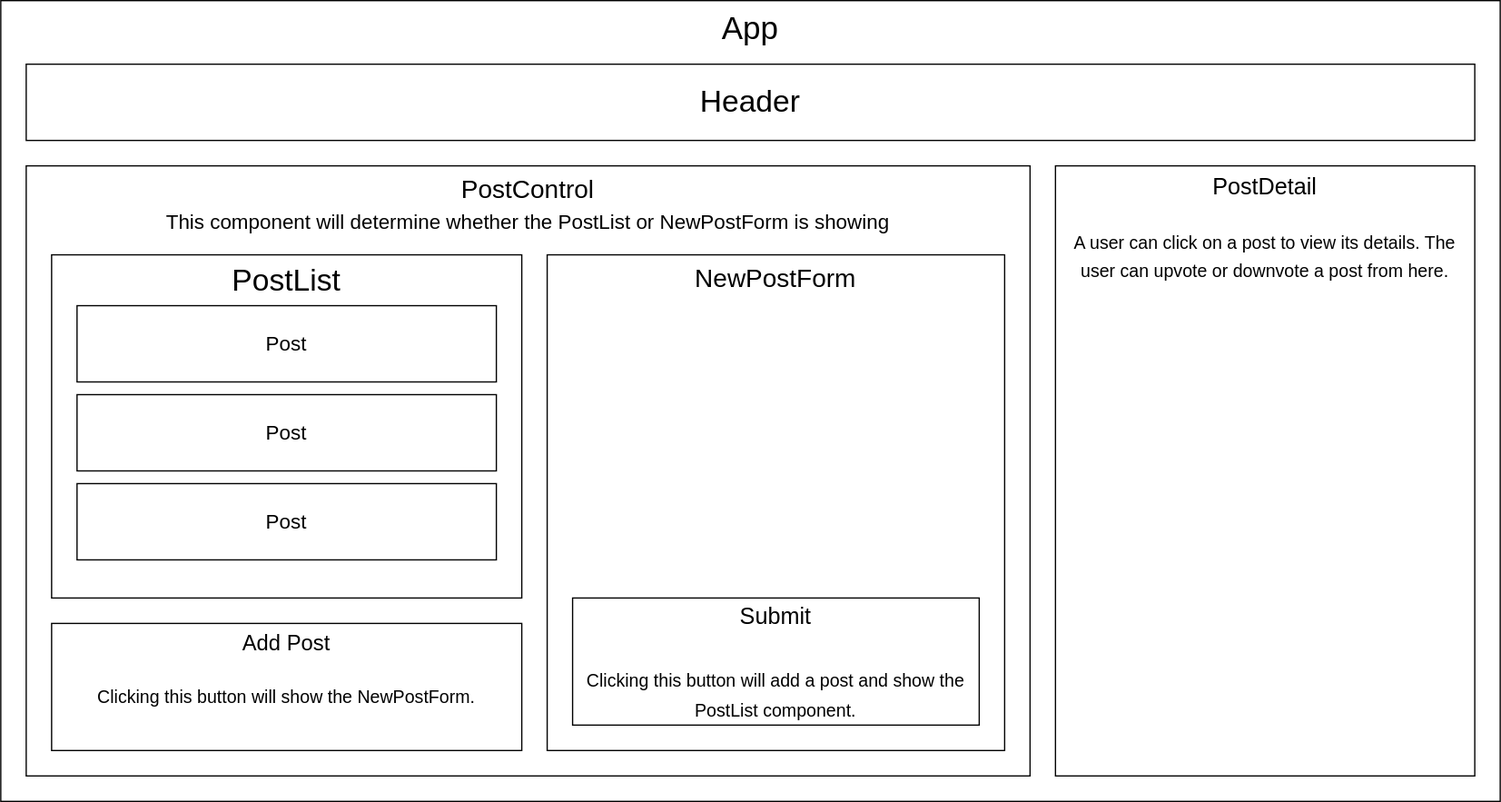
besure94/discussion-forum keeps this draw.io diagram as Forum_Diagram.drawio.svg. Above is the earlier version. Source tidied: cells renumbered, new cells last; positions are measured from the earlier drawing's top-left corner, leaving out a move shared by most shapes. Its diagram source:
```xml
<mxGraphModel>
  <root>
    <mxCell id="0" />
    <mxCell id="1" parent="0" />
    <mxCell id="2" value="&lt;font style=&quot;font-size: 25px;&quot;&gt;App&lt;/font&gt;" style="rounded=0;whiteSpace=wrap;html=1;verticalAlign=top;" parent="1" vertex="1">
      <mxGeometry width="1180" height="630" as="geometry" />
    </mxCell>
    <mxCell id="3" value="&lt;font style=&quot;font-size: 24px;&quot;&gt;Header&lt;/font&gt;" style="rounded=0;whiteSpace=wrap;html=1;" parent="1" vertex="1">
      <mxGeometry x="20" y="50" width="1140" height="60" as="geometry" />
    </mxCell>
    <mxCell id="4" value="PostControl&lt;br&gt;&lt;font style=&quot;font-size: 16px;&quot;&gt;This component will determine whether the PostList or NewPostForm is showing&lt;/font&gt;" style="rounded=0;whiteSpace=wrap;html=1;fontSize=20;verticalAlign=top;" parent="1" vertex="1">
      <mxGeometry x="20" y="130" width="790" height="480" as="geometry" />
    </mxCell>
    <mxCell id="5" value="PostList" style="rounded=0;whiteSpace=wrap;html=1;fontSize=24;verticalAlign=top;" parent="1" vertex="1">
      <mxGeometry x="40" y="200" width="370" height="270" as="geometry" />
    </mxCell>
    <mxCell id="6" value="Post" style="rounded=0;whiteSpace=wrap;html=1;fontSize=16;" parent="1" vertex="1">
      <mxGeometry x="60" y="240" width="330" height="60" as="geometry" />
    </mxCell>
    <mxCell id="7" value="Post" style="rounded=0;whiteSpace=wrap;html=1;fontSize=16;" parent="1" vertex="1">
      <mxGeometry x="60" y="310" width="330" height="60" as="geometry" />
    </mxCell>
    <mxCell id="8" value="Post" style="rounded=0;whiteSpace=wrap;html=1;fontSize=16;" parent="1" vertex="1">
      <mxGeometry x="60" y="380" width="330" height="60" as="geometry" />
    </mxCell>
    <mxCell id="9" value="Add Post&lt;br&gt;&lt;br&gt;&lt;font style=&quot;font-size: 14px;&quot;&gt;Clicking this button will show the NewPostForm.&lt;/font&gt;" style="rounded=0;whiteSpace=wrap;html=1;fontSize=17;verticalAlign=top;" parent="1" vertex="1">
      <mxGeometry x="40" y="490" width="370" height="100" as="geometry" />
    </mxCell>
    <mxCell id="10" value="&lt;font style=&quot;font-size: 20px;&quot;&gt;NewPostForm&lt;/font&gt;" style="rounded=0;whiteSpace=wrap;html=1;fontSize=14;verticalAlign=top;" parent="1" vertex="1">
      <mxGeometry x="430" y="200" width="360" height="390" as="geometry" />
    </mxCell>
    <mxCell id="11" value="&lt;font style=&quot;font-size: 18px;&quot;&gt;Submit&lt;/font&gt;&lt;br&gt;&lt;br&gt;&lt;font style=&quot;font-size: 14px;&quot;&gt;Clicking this button will add a post and show the PostList component.&lt;/font&gt;" style="rounded=0;whiteSpace=wrap;html=1;fontSize=20;" parent="1" vertex="1">
      <mxGeometry x="450" y="470" width="320" height="100" as="geometry" />
    </mxCell>
    <mxCell id="12" value="PostDetail&lt;br&gt;&lt;br&gt;&lt;font style=&quot;font-size: 14px;&quot;&gt;A user can click on a post to view its details. The user can upvote or downvote a post from here.&lt;/font&gt;" style="rounded=0;whiteSpace=wrap;html=1;fontSize=18;verticalAlign=top;" parent="1" vertex="1">
      <mxGeometry x="830" y="130" width="330" height="480" as="geometry" />
    </mxCell>
  </root>
</mxGraphModel>
```
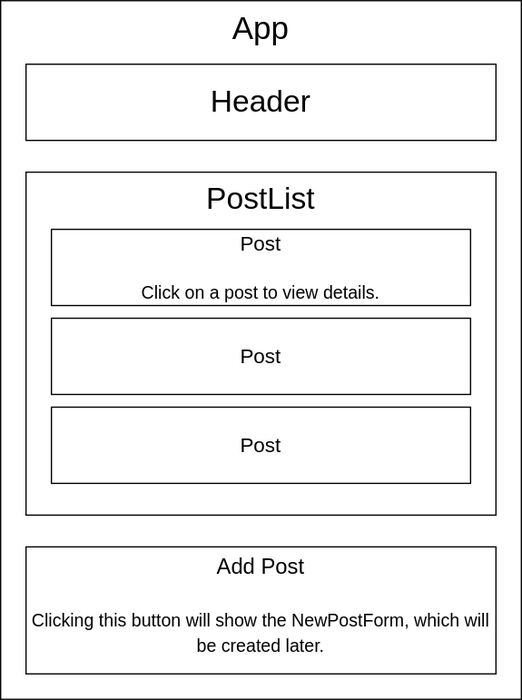
The same diagram one commit later.

Commit message:
Update diagram to only include static components for now.

The edit, as a diff of the source:
```diff
@@ -3,18 +3,15 @@
     <mxCell id="0" />
     <mxCell id="1" parent="0" />
     <mxCell id="2" value="&lt;font style=&quot;font-size: 25px;&quot;&gt;App&lt;/font&gt;" style="rounded=0;whiteSpace=wrap;html=1;verticalAlign=top;" parent="1" vertex="1">
-      <mxGeometry width="1180" height="630" as="geometry" />
+      <mxGeometry x="20" y="60" width="410" height="550" as="geometry" />
     </mxCell>
     <mxCell id="3" value="&lt;font style=&quot;font-size: 24px;&quot;&gt;Header&lt;/font&gt;" style="rounded=0;whiteSpace=wrap;html=1;" parent="1" vertex="1">
-      <mxGeometry x="20" y="50" width="1140" height="60" as="geometry" />
+      <mxGeometry x="40" y="110" width="370" height="60" as="geometry" />
     </mxCell>
-    <mxCell id="4" value="PostControl&lt;br&gt;&lt;font style=&quot;font-size: 16px;&quot;&gt;This component will determine whether the PostList or NewPostForm is showing&lt;/font&gt;" style="rounded=0;whiteSpace=wrap;html=1;fontSize=20;verticalAlign=top;" parent="1" vertex="1">
-      <mxGeometry x="20" y="130" width="790" height="480" as="geometry" />
-    </mxCell>
     <mxCell id="5" value="PostList" style="rounded=0;whiteSpace=wrap;html=1;fontSize=24;verticalAlign=top;" parent="1" vertex="1">
-      <mxGeometry x="40" y="200" width="370" height="270" as="geometry" />
+      <mxGeometry x="40" y="195" width="370" height="270" as="geometry" />
     </mxCell>
-    <mxCell id="6" value="Post" style="rounded=0;whiteSpace=wrap;html=1;fontSize=16;" parent="1" vertex="1">
+    <mxCell id="6" value="Post&lt;br&gt;&lt;br&gt;&lt;font style=&quot;font-size: 14px;&quot;&gt;Click on a post to view details.&lt;/font&gt;" style="rounded=0;whiteSpace=wrap;html=1;fontSize=16;" parent="1" vertex="1">
       <mxGeometry x="60" y="240" width="330" height="60" as="geometry" />
     </mxCell>
     <mxCell id="7" value="Post" style="rounded=0;whiteSpace=wrap;html=1;fontSize=16;" parent="1" vertex="1">
@@ -23,17 +20,8 @@
     <mxCell id="8" value="Post" style="rounded=0;whiteSpace=wrap;html=1;fontSize=16;" parent="1" vertex="1">
       <mxGeometry x="60" y="380" width="330" height="60" as="geometry" />
     </mxCell>
-    <mxCell id="9" value="Add Post&lt;br&gt;&lt;br&gt;&lt;font style=&quot;font-size: 14px;&quot;&gt;Clicking this button will show the NewPostForm.&lt;/font&gt;" style="rounded=0;whiteSpace=wrap;html=1;fontSize=17;verticalAlign=top;" parent="1" vertex="1">
+    <mxCell id="9" value="Add Post&lt;br&gt;&lt;br&gt;&lt;font style=&quot;font-size: 14px;&quot;&gt;Clicking this button will show the NewPostForm, which will be created later.&lt;/font&gt;" style="rounded=0;whiteSpace=wrap;html=1;fontSize=17;verticalAlign=top;" parent="1" vertex="1">
       <mxGeometry x="40" y="490" width="370" height="100" as="geometry" />
     </mxCell>
-    <mxCell id="10" value="&lt;font style=&quot;font-size: 20px;&quot;&gt;NewPostForm&lt;/font&gt;" style="rounded=0;whiteSpace=wrap;html=1;fontSize=14;verticalAlign=top;" parent="1" vertex="1">
-      <mxGeometry x="430" y="200" width="360" height="390" as="geometry" />
-    </mxCell>
-    <mxCell id="11" value="&lt;font style=&quot;font-size: 18px;&quot;&gt;Submit&lt;/font&gt;&lt;br&gt;&lt;br&gt;&lt;font style=&quot;font-size: 14px;&quot;&gt;Clicking this button will add a post and show the PostList component.&lt;/font&gt;" style="rounded=0;whiteSpace=wrap;html=1;fontSize=20;" parent="1" vertex="1">
-      <mxGeometry x="450" y="470" width="320" height="100" as="geometry" />
-    </mxCell>
-    <mxCell id="12" value="PostDetail&lt;br&gt;&lt;br&gt;&lt;font style=&quot;font-size: 14px;&quot;&gt;A user can click on a post to view its details. The user can upvote or downvote a post from here.&lt;/font&gt;" style="rounded=0;whiteSpace=wrap;html=1;fontSize=18;verticalAlign=top;" parent="1" vertex="1">
-      <mxGeometry x="830" y="130" width="330" height="480" as="geometry" />
-    </mxCell>
   </root>
 </mxGraphModel>
```
